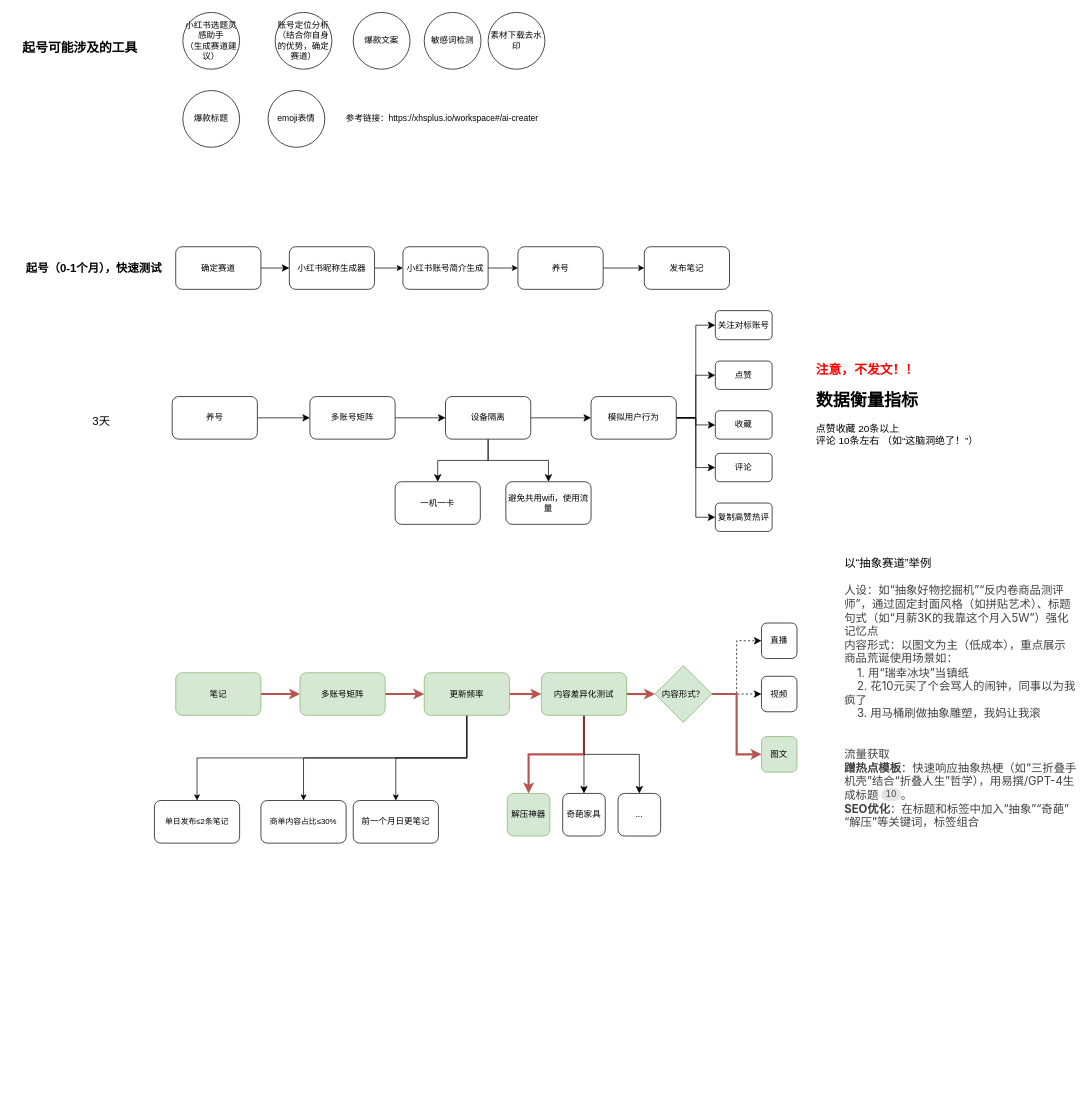
Before: 小红书.drawio in wanglongsxr/drawio, a draw.io diagram. Source tidied: cells renumbered, new cells numbered last; positions are measured from the earlier drawing's top-left corner, leaving out a move shared by most shapes. Both pictures are drawn from the tidied source at 71%, with x=0, y=0 at pixel (12, 12).
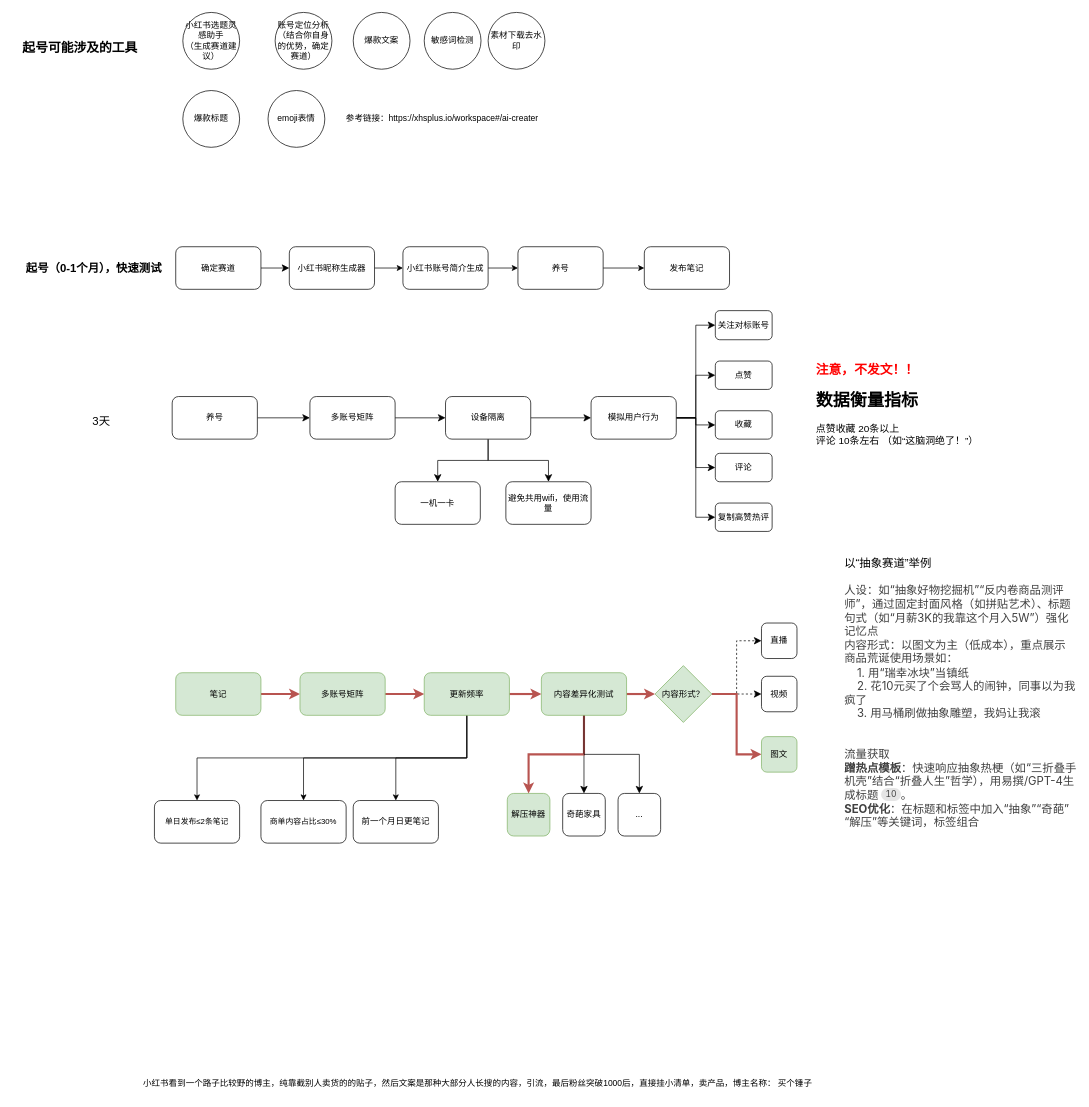
The same diagram, later.

Commit message (it also covers changes not shown here):
更新小红书.drawio

Diff of the diagram source:
```diff
@@
+    <mxCell id="72" value="小红书看到一个路子比较野的博主，纯靠截别人卖货的的贴子，然后文案是那种大部分人长搜的内容，引流，最后粉丝突破1000后，直接挂小清单，卖产品，博主名称： 买个锤子" style="text;html=1;align=center;verticalAlign=middle;strokeColor=none;fillColor=none;" parent="1" vertex="1">
+      <mxGeometry x="170" y="1494" width="970" height="30" as="geometry" />
+    </mxCell>
```
